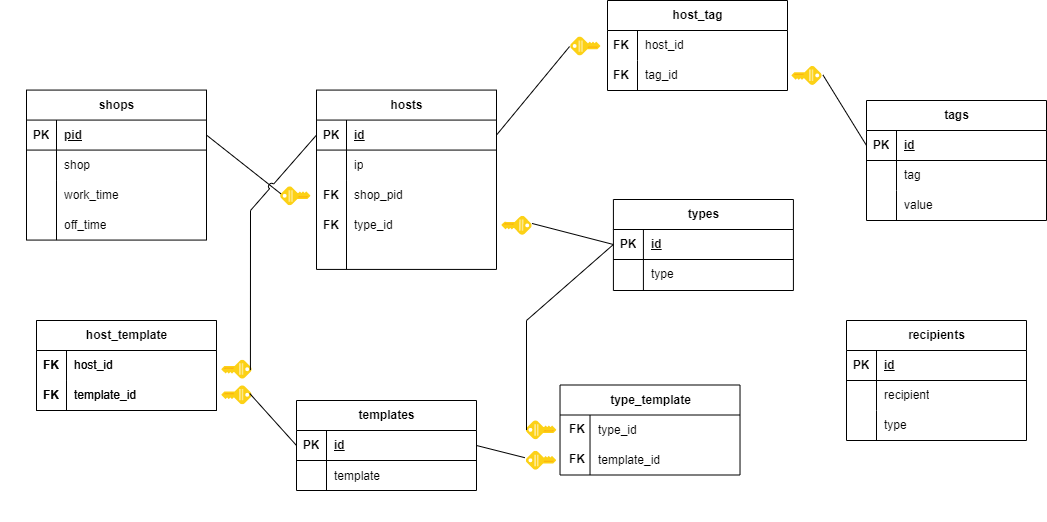
Before: db_schema.png, a diagram exported from draw.io (DorofD/zabbix_actualization_service). Source tidied: cells renumbered, new cells last; positions are measured from the earlier drawing's top-left corner, leaving out a move shared by most shapes.
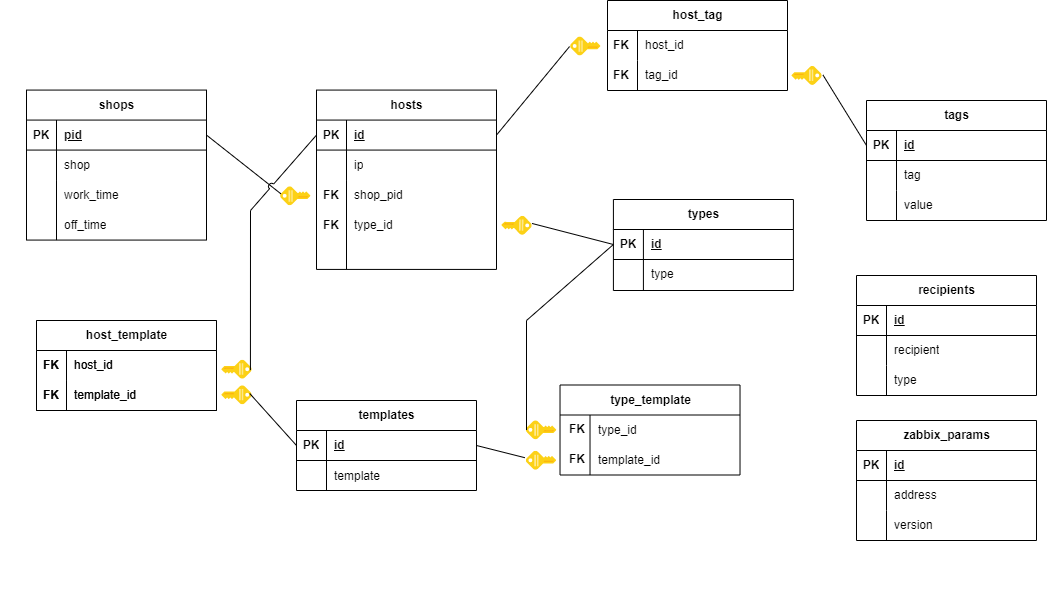
After the change.

Change to the diagram source:
```diff
@@ -365,7 +365,7 @@
       </mxGeometry>
     </mxCell>
     <mxCell id="120" style="group;" parent="1" vertex="1">
-      <mxGeometry x="846" y="320" width="180" height="180" as="geometry" />
+      <mxGeometry x="856" y="275" width="180" height="325" as="geometry" />
     </mxCell>
     <mxCell id="121" value="recipients" style="shape=table;startSize=30;rowLines=0;fontStyle=1;align=center;html=1;" parent="120" vertex="1">
       <mxGeometry width="180" height="120" as="geometry" />
@@ -409,5 +409,50 @@
     <mxCell id="134" style="shape=partialRectangle;fillColor=none;top=0;left=0;bottom=0;right=0;fontStyle=1;overflow=hidden;whiteSpace=wrap;html=1;" parent="120" vertex="1">
       <mxGeometry y="150" width="30" height="30" as="geometry" />
     </mxCell>
+    <mxCell id="135" style="group;" parent="120" vertex="1">
+      <mxGeometry y="145" width="180" height="180" as="geometry" />
+    </mxCell>
+    <mxCell id="136" value="zabbix_params" style="shape=table;startSize=30;rowLines=0;fontStyle=1;align=center;html=1;" parent="135" vertex="1">
+      <mxGeometry width="180" height="120" as="geometry" />
+    </mxCell>
+    <mxCell id="137" style="shape=tableRow;horizontal=0;startSize=0;swimlaneHead=0;swimlaneBody=0;fillColor=none;top=0;left=0;right=0;bottom=1;" parent="136" vertex="1">
+      <mxGeometry y="30" width="180" height="30" as="geometry" />
+    </mxCell>
+    <mxCell id="138" value="PK" style="shape=partialRectangle;fillColor=none;top=0;left=0;bottom=0;right=0;fontStyle=1;overflow=hidden;whiteSpace=wrap;html=1;" parent="137" vertex="1">
+      <mxGeometry width="30" height="30" as="geometry" />
+    </mxCell>
+    <mxCell id="139" value="id" style="shape=partialRectangle;fillColor=none;top=0;left=0;bottom=0;right=0;align=left;spacingLeft=6;fontStyle=5;overflow=hidden;whiteSpace=wrap;html=1;" parent="137" vertex="1">
+      <mxGeometry x="30" width="150" height="30" as="geometry" />
+    </mxCell>
+    <mxCell id="140" style="shape=tableRow;horizontal=0;startSize=0;swimlaneHead=0;swimlaneBody=0;fillColor=none;top=0;left=0;right=0;bottom=0;" parent="136" vertex="1">
+      <mxGeometry y="60" width="180" height="30" as="geometry" />
+    </mxCell>
+    <mxCell id="141" style="shape=partialRectangle;fillColor=none;top=0;left=0;bottom=0;right=0;overflow=hidden;whiteSpace=wrap;html=1;" parent="140" vertex="1">
+      <mxGeometry width="30" height="30" as="geometry" />
+    </mxCell>
+    <mxCell id="142" style="shape=partialRectangle;fillColor=none;top=0;left=0;bottom=0;right=0;align=left;spacingLeft=6;overflow=hidden;whiteSpace=wrap;html=1;" parent="140" vertex="1">
+      <mxGeometry x="30" width="150" height="30" as="geometry" />
+    </mxCell>
+    <mxCell id="143" style="shape=tableRow;horizontal=0;startSize=0;swimlaneHead=0;swimlaneBody=0;fillColor=none;top=0;left=0;right=0;bottom=0;" parent="136" vertex="1">
+      <mxGeometry y="90" width="180" height="30" as="geometry" />
+    </mxCell>
+    <mxCell id="144" style="shape=partialRectangle;fillColor=none;top=0;left=0;bottom=0;right=0;overflow=hidden;whiteSpace=wrap;html=1;" parent="143" vertex="1">
+      <mxGeometry width="30" height="30" as="geometry" />
+    </mxCell>
+    <mxCell id="145" style="shape=partialRectangle;fillColor=none;top=0;left=0;bottom=0;right=0;align=left;spacingLeft=6;overflow=hidden;whiteSpace=wrap;html=1;" parent="143" vertex="1">
+      <mxGeometry x="30" width="150" height="30" as="geometry" />
+    </mxCell>
+    <mxCell id="146" value="address" style="shape=partialRectangle;fillColor=none;top=0;left=0;bottom=0;right=0;align=left;spacingLeft=6;overflow=hidden;whiteSpace=wrap;html=1;" parent="135" vertex="1">
+      <mxGeometry x="30" y="60" width="150" height="30" as="geometry" />
+    </mxCell>
+    <mxCell id="147" value="version" style="shape=partialRectangle;fillColor=none;top=0;left=0;bottom=0;right=0;align=left;spacingLeft=6;overflow=hidden;whiteSpace=wrap;html=1;" parent="135" vertex="1">
+      <mxGeometry x="30" y="90" width="150" height="30" as="geometry" />
+    </mxCell>
+    <mxCell id="148" style="shape=partialRectangle;fillColor=none;top=0;left=0;bottom=0;right=0;fontStyle=1;overflow=hidden;whiteSpace=wrap;html=1;" parent="135" vertex="1">
+      <mxGeometry y="120" width="30" height="30" as="geometry" />
+    </mxCell>
+    <mxCell id="149" style="shape=partialRectangle;fillColor=none;top=0;left=0;bottom=0;right=0;fontStyle=1;overflow=hidden;whiteSpace=wrap;html=1;" parent="135" vertex="1">
+      <mxGeometry y="150" width="30" height="30" as="geometry" />
+    </mxCell>
   </root>
 </mxGraphModel>
```
